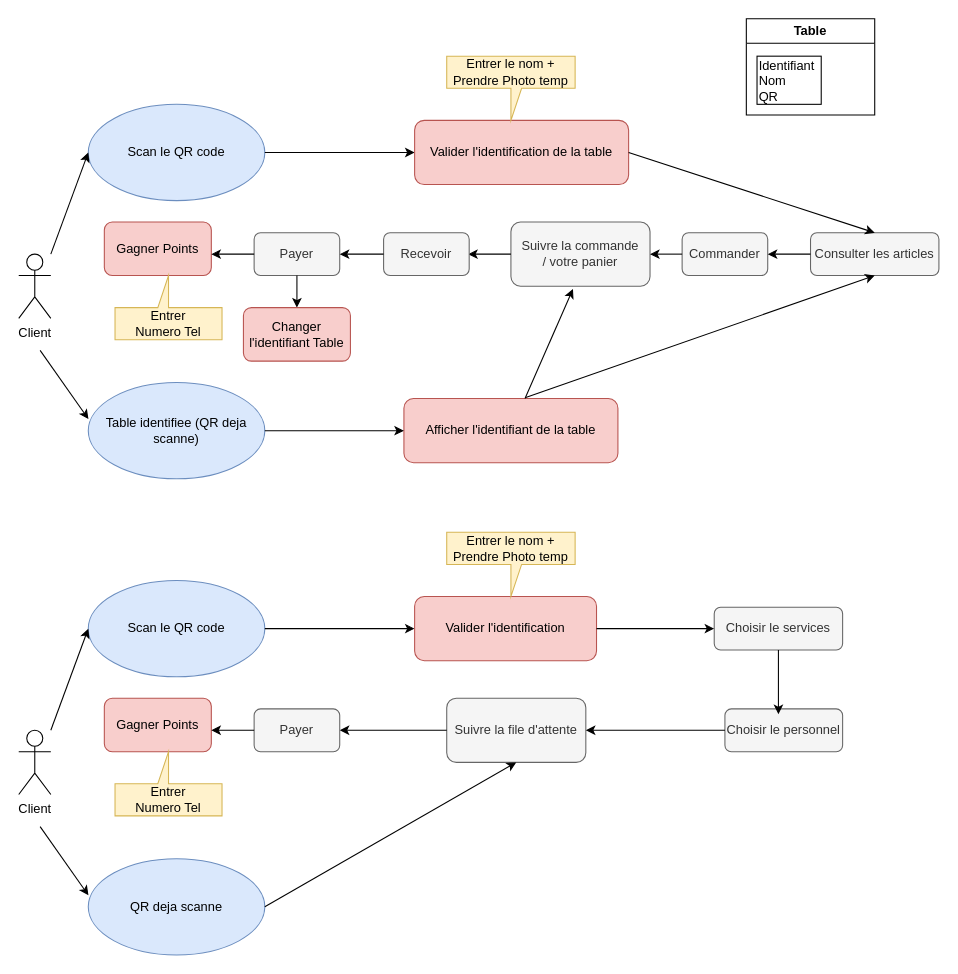
Above: Diagramme sans nom.drawio in IsmailZi/restoAppPublic (draw.io), before the change. Source tidied: cells renumbered, new cells numbered last; positions are measured from the earlier drawing's top-left corner, leaving out a move shared by most shapes. Both pictures are drawn from the tidied source at 107%, with x=0, y=0 at pixel (18, 18).
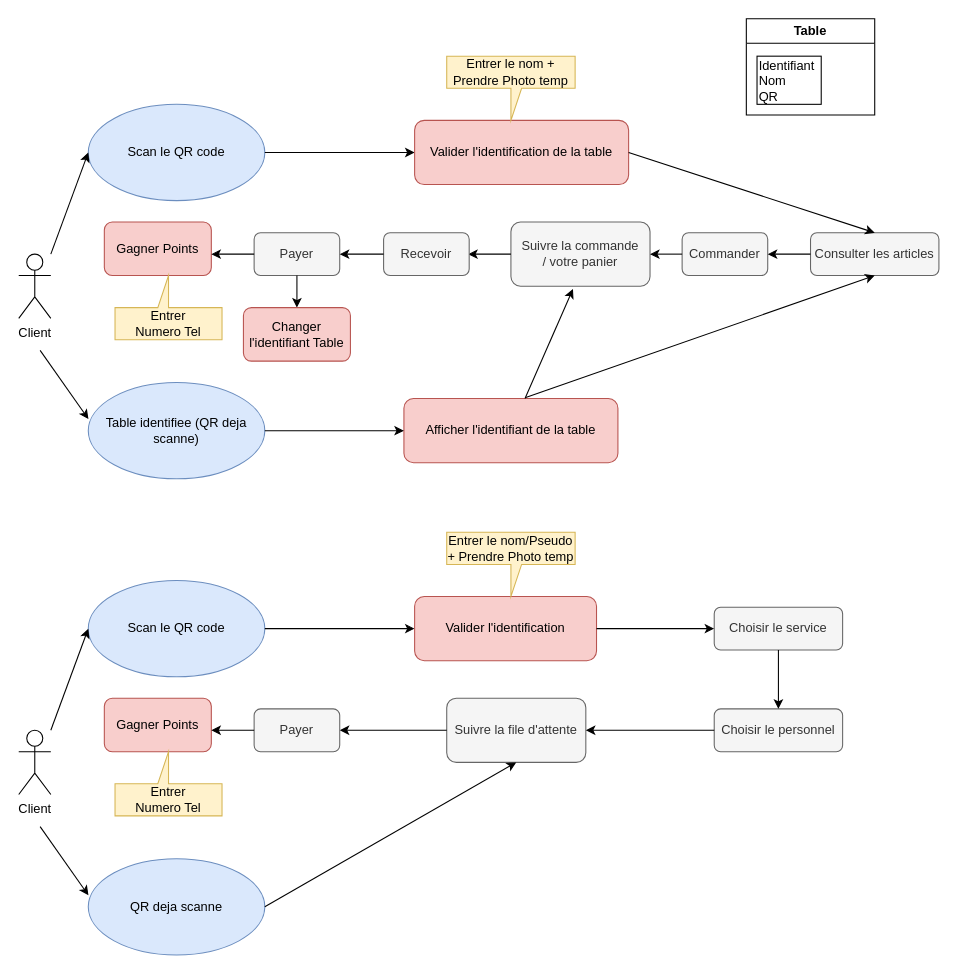
The same diagram, later.

Commit message:
Mettre à jour Diagramme sans nom.drawio

The edit, as a diff of the source:
```diff
@@
-    <mxCell id="36" value="Choisir le services" style="rounded=1;whiteSpace=wrap;html=1;fillColor=#f5f5f5;fontColor=#333333;strokeColor=#666666;" parent="1" vertex="1">
+    <mxCell id="36" value="Choisir le service" style="rounded=1;whiteSpace=wrap;html=1;fillColor=#f5f5f5;fontColor=#333333;strokeColor=#666666;" parent="1" vertex="1">
       <mxGeometry x="650" y="550" width="120" height="40" as="geometry" />
     </mxCell>
     <mxCell id="37" value="Choisir le personnel" style="rounded=1;whiteSpace=wrap;html=1;fillColor=#f5f5f5;fontColor=#333333;strokeColor=#666666;" parent="1" vertex="1">
-      <mxGeometry x="660" y="645" width="110" height="40" as="geometry" />
+      <mxGeometry x="650" y="645" width="120" height="40" as="geometry" />
     </mxCell>
@@
-    <mxCell id="41" value="Entrer le nom + Prendre Photo temp" style="shape=callout;whiteSpace=wrap;html=1;perimeter=calloutPerimeter;position2=0.5;base=10;fillColor=#fff2cc;strokeColor=#d6b656;" parent="1" vertex="1">
+    <mxCell id="41" value="Entrer le nom/Pseudo + Prendre Photo temp" style="shape=callout;whiteSpace=wrap;html=1;perimeter=calloutPerimeter;position2=0.5;base=10;fillColor=#fff2cc;strokeColor=#d6b656;" parent="1" vertex="1">
       <mxGeometry x="400" y="480" width="120" height="60" as="geometry" />
     </mxCell>
@@
-    <mxCell id="49" style="endArrow=classic;html=1;rounded=0;exitX=0.5;exitY=1;exitDx=0;exitDy=0;" parent="1" edge="1" source="36">
-      <mxGeometry relative="1" as="geometry">
-        <mxPoint x="710" y="650" as="targetPoint" />
-      </mxGeometry>
+    <mxCell id="49" style="endArrow=classic;html=1;rounded=0;exitX=0.5;exitY=1;exitDx=0;exitDy=0;entryX=0.5;entryY=0;entryDx=0;entryDy=0;" parent="1" edge="1" source="36" target="37">
+      <mxGeometry relative="1" as="geometry" />
     </mxCell>
```
